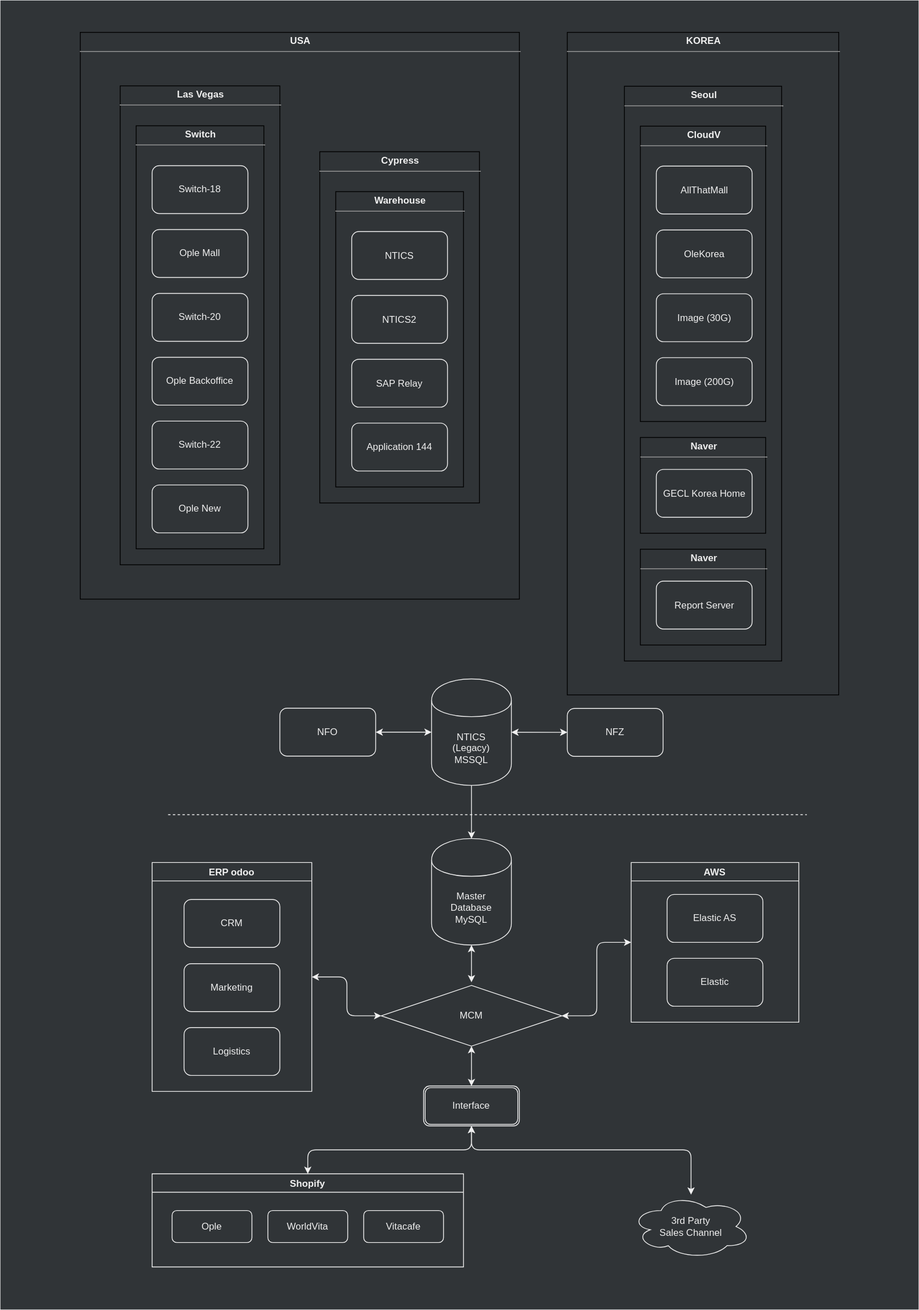
Earlier version of the draw.io export assets/.draw.io/network-structure-diagram.svg (jiholee-ntwglobal/jiholee-ntwglobal.github.io). Source tidied: cells renumbered, new cells last; positions are measured from the earlier drawing's top-left corner, leaving out a move shared by most shapes.
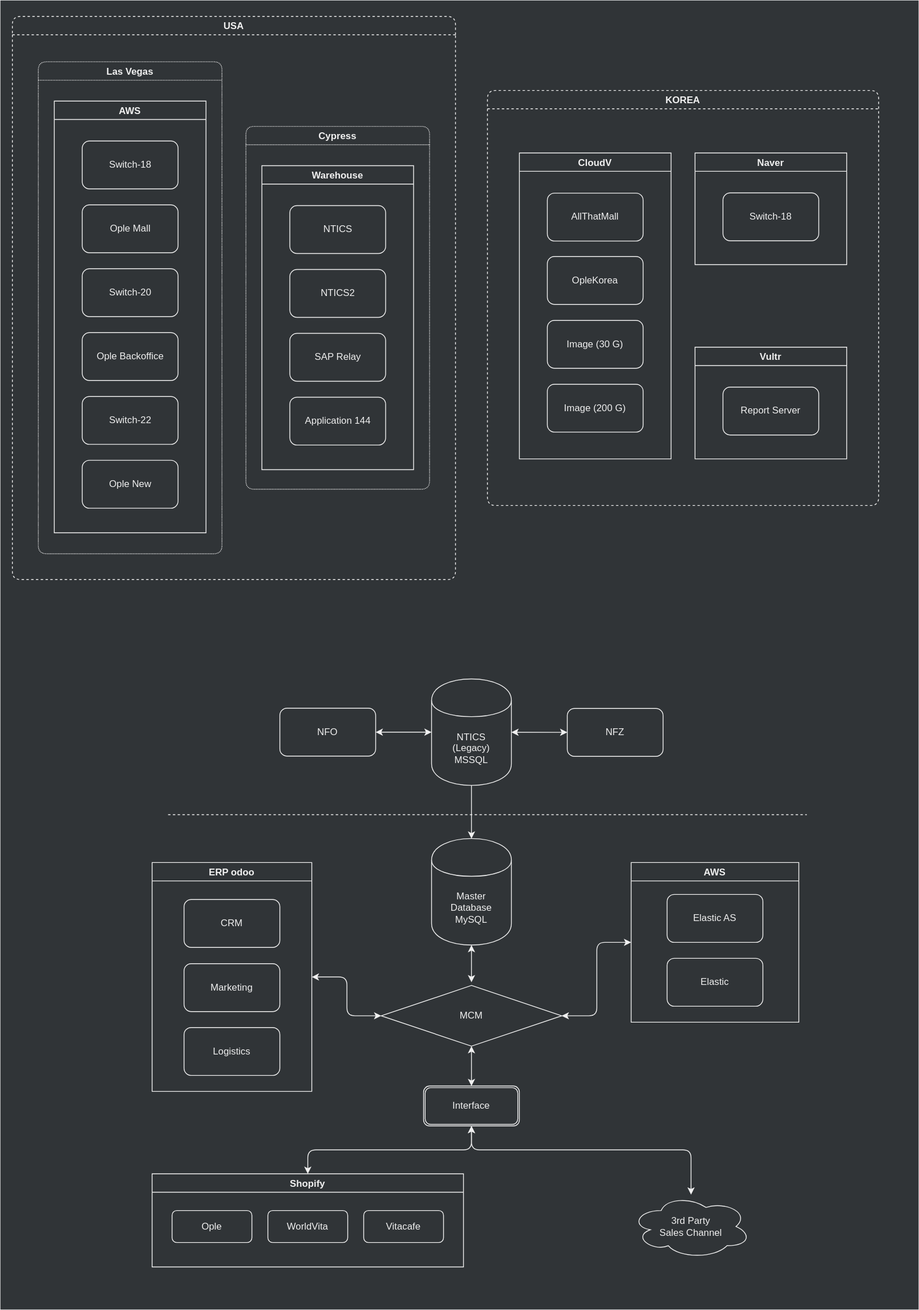
Later version of the same file.

Diff of the diagram source:
```diff
@@ -102,83 +102,80 @@
     <mxCell id="30" style="endArrow=classic;html=1;startArrow=classic;startFill=1;strokeColor=#F0F0F0;" parent="1" edge="1" source="25" target="8">
       <mxGeometry relative="1" as="geometry" />
     </mxCell>
-    <mxCell id="31" value="&lt;p style=&quot;margin: 0px ; margin-top: 4px ; text-align: center&quot;&gt;&lt;b&gt;USA&lt;/b&gt;&lt;/p&gt;&lt;hr size=&quot;1&quot;&gt;&lt;div style=&quot;height: 2px&quot;&gt;&lt;br&gt;&lt;/div&gt;" style="verticalAlign=top;align=left;overflow=fill;fontSize=12;fontFamily=Helvetica;html=1;fillColor=none;fontColor=#F0F0F0;" parent="1" vertex="1">
-      <mxGeometry x="100" y="40" width="550" height="710" as="geometry" />
+    <mxCell id="31" value="USA" style="swimlane;rounded=1;fillColor=none;strokeColor=#F0F0F0;fontColor=#F0F0F0;dashed=1;" parent="1" vertex="1">
+      <mxGeometry x="15" y="20" width="555" height="705.5" as="geometry" />
     </mxCell>
-    <mxCell id="32" value="&lt;p style=&quot;margin: 0px ; margin-top: 4px ; text-align: center&quot;&gt;&lt;b&gt;KOREA&lt;/b&gt;&lt;/p&gt;&lt;hr size=&quot;1&quot;&gt;&lt;div style=&quot;height: 2px&quot;&gt;&lt;br&gt;&lt;/div&gt;" style="verticalAlign=top;align=left;overflow=fill;fontSize=12;fontFamily=Helvetica;html=1;fillColor=none;fontColor=#F0F0F0;" parent="1" vertex="1">
-      <mxGeometry x="710" y="40" width="340" height="830" as="geometry" />
-    </mxCell>
-    <mxCell id="33" value="&lt;p style=&quot;margin: 0px ; margin-top: 4px ; text-align: center&quot;&gt;&lt;b&gt;Las Vegas&lt;/b&gt;&lt;/p&gt;&lt;hr size=&quot;1&quot;&gt;&lt;div style=&quot;height: 2px&quot;&gt;&lt;br&gt;&lt;/div&gt;" style="verticalAlign=top;align=left;overflow=fill;fontSize=12;fontFamily=Helvetica;html=1;fillColor=none;fontColor=#F0F0F0;" parent="1" vertex="1">
-      <mxGeometry x="150" y="107" width="200" height="600" as="geometry" />
+    <mxCell id="33" value="Las Vegas" style="swimlane;rounded=1;fillColor=none;strokeColor=#F0F0F0;fontColor=#F0F0F0;dashed=1;dashPattern=1 1;" parent="31" vertex="1">
+      <mxGeometry x="32.5" y="56.9" width="230" height="616.2" as="geometry" />
     </mxCell>
-    <mxCell id="34" value="&lt;p style=&quot;margin: 0px ; margin-top: 4px ; text-align: center&quot;&gt;&lt;b&gt;Switch&lt;/b&gt;&lt;/p&gt;&lt;hr size=&quot;1&quot;&gt;&lt;div style=&quot;height: 2px&quot;&gt;&lt;br&gt;&lt;/div&gt;" style="verticalAlign=top;align=left;overflow=fill;fontSize=12;fontFamily=Helvetica;html=1;fillColor=none;fontColor=#F0F0F0;" parent="1" vertex="1">
-      <mxGeometry x="170" y="157" width="160" height="530" as="geometry" />
-    </mxCell>
-    <mxCell id="35" value="Switch-18" style="rounded=1;whiteSpace=wrap;html=1;strokeColor=#F0F0F0;fillColor=none;fontColor=#F0F0F0;" parent="1" vertex="1">
-      <mxGeometry x="190" y="207" width="120" height="60" as="geometry" />
-    </mxCell>
+    <mxCell id="57" value="AWS" style="swimlane;rounded=0;fillColor=none;strokeColor=#F0F0F0;fontColor=#F0F0F0;" parent="33" vertex="1">
+      <mxGeometry x="20" y="49.2" width="190" height="540.8" as="geometry" />
+    </mxCell>
+    <mxCell id="58" value="Switch-18" style="rounded=1;whiteSpace=wrap;html=1;strokeColor=#F0F0F0;fillColor=none;fontColor=#F0F0F0;" parent="57" vertex="1">
+      <mxGeometry x="35" y="50" width="120" height="60" as="geometry" />
+    </mxCell>
-    <mxCell id="36" value="Ople Mall" style="rounded=1;whiteSpace=wrap;html=1;strokeColor=#F0F0F0;fillColor=none;fontColor=#F0F0F0;" parent="1" vertex="1">
-      <mxGeometry x="190" y="287" width="120" height="60" as="geometry" />
+    <mxCell id="36" value="Ople Mall" style="rounded=1;whiteSpace=wrap;html=1;strokeColor=#F0F0F0;fillColor=none;fontColor=#F0F0F0;" parent="57" vertex="1">
+      <mxGeometry x="35" y="130" width="120" height="60" as="geometry" />
     </mxCell>
-    <mxCell id="37" value="Switch-20" style="rounded=1;whiteSpace=wrap;html=1;strokeColor=#F0F0F0;fillColor=none;fontColor=#F0F0F0;" parent="1" vertex="1">
-      <mxGeometry x="190" y="367" width="120" height="60" as="geometry" />
+    <mxCell id="37" value="Switch-20" style="rounded=1;whiteSpace=wrap;html=1;strokeColor=#F0F0F0;fillColor=none;fontColor=#F0F0F0;" parent="57" vertex="1">
+      <mxGeometry x="35" y="210" width="120" height="60" as="geometry" />
     </mxCell>
-    <mxCell id="38" value="Ople Backoffice" style="rounded=1;whiteSpace=wrap;html=1;strokeColor=#F0F0F0;fillColor=none;fontColor=#F0F0F0;" parent="1" vertex="1">
-      <mxGeometry x="190" y="447" width="120" height="60" as="geometry" />
+    <mxCell id="38" value="Ople Backoffice" style="rounded=1;whiteSpace=wrap;html=1;strokeColor=#F0F0F0;fillColor=none;fontColor=#F0F0F0;" parent="57" vertex="1">
+      <mxGeometry x="35" y="290" width="120" height="60" as="geometry" />
     </mxCell>
-    <mxCell id="39" value="Switch-22" style="rounded=1;whiteSpace=wrap;html=1;strokeColor=#F0F0F0;fillColor=none;fontColor=#F0F0F0;" parent="1" vertex="1">
-      <mxGeometry x="190" y="527" width="120" height="60" as="geometry" />
+    <mxCell id="39" value="Switch-22" style="rounded=1;whiteSpace=wrap;html=1;strokeColor=#F0F0F0;fillColor=none;fontColor=#F0F0F0;" parent="57" vertex="1">
+      <mxGeometry x="35" y="370" width="120" height="60" as="geometry" />
     </mxCell>
-    <mxCell id="40" value="Ople New" style="rounded=1;whiteSpace=wrap;html=1;strokeColor=#F0F0F0;fillColor=none;fontColor=#F0F0F0;" parent="1" vertex="1">
-      <mxGeometry x="190" y="607" width="120" height="60" as="geometry" />
+    <mxCell id="40" value="Ople New" style="rounded=1;whiteSpace=wrap;html=1;strokeColor=#F0F0F0;fillColor=none;fontColor=#F0F0F0;" parent="57" vertex="1">
+      <mxGeometry x="35" y="450" width="120" height="60" as="geometry" />
     </mxCell>
-    <mxCell id="41" value="&lt;p style=&quot;margin: 0px ; margin-top: 4px ; text-align: center&quot;&gt;&lt;b&gt;Cypress&lt;/b&gt;&lt;/p&gt;&lt;hr size=&quot;1&quot;&gt;&lt;div style=&quot;height: 2px&quot;&gt;&lt;br&gt;&lt;/div&gt;" style="verticalAlign=top;align=left;overflow=fill;fontSize=12;fontFamily=Helvetica;html=1;fillColor=none;fontColor=#F0F0F0;" parent="1" vertex="1">
-      <mxGeometry x="400" y="189.5" width="200" height="440" as="geometry" />
+    <mxCell id="41" value="Cypress" style="swimlane;rounded=1;fillColor=none;strokeColor=#F0F0F0;fontColor=#F0F0F0;dashed=1;dashPattern=1 1;" parent="31" vertex="1">
+      <mxGeometry x="292.5" y="137.8" width="230" height="454.5" as="geometry" />
     </mxCell>
-    <mxCell id="42" value="&lt;p style=&quot;margin: 0px ; margin-top: 4px ; text-align: center&quot;&gt;&lt;b&gt;Warehouse&lt;/b&gt;&lt;/p&gt;&lt;hr size=&quot;1&quot;&gt;&lt;div style=&quot;height: 2px&quot;&gt;&lt;br&gt;&lt;/div&gt;" style="verticalAlign=top;align=left;overflow=fill;fontSize=12;fontFamily=Helvetica;html=1;fillColor=none;fontColor=#F0F0F0;" parent="1" vertex="1">
-      <mxGeometry x="420" y="239.5" width="160" height="370" as="geometry" />
+    <mxCell id="42" value="Warehouse" style="swimlane;rounded=0;fillColor=none;strokeColor=#F0F0F0;fontColor=#F0F0F0;" parent="41" vertex="1">
+      <mxGeometry x="20" y="49.2" width="190" height="380.8" as="geometry" />
     </mxCell>
-    <mxCell id="43" value="NTICS" style="rounded=1;whiteSpace=wrap;html=1;strokeColor=#F0F0F0;fillColor=none;fontColor=#F0F0F0;" parent="1" vertex="1">
-      <mxGeometry x="440" y="289.5" width="120" height="60" as="geometry" />
+    <mxCell id="43" value="NTICS" style="rounded=1;whiteSpace=wrap;html=1;strokeColor=#F0F0F0;fillColor=none;fontColor=#F0F0F0;" parent="42" vertex="1">
+      <mxGeometry x="35" y="50" width="120" height="60" as="geometry" />
     </mxCell>
-    <mxCell id="44" value="NTICS2" style="rounded=1;whiteSpace=wrap;html=1;strokeColor=#F0F0F0;fillColor=none;fontColor=#F0F0F0;" parent="1" vertex="1">
-      <mxGeometry x="440" y="369.5" width="120" height="60" as="geometry" />
+    <mxCell id="44" value="NTICS2" style="rounded=1;whiteSpace=wrap;html=1;strokeColor=#F0F0F0;fillColor=none;fontColor=#F0F0F0;" parent="42" vertex="1">
+      <mxGeometry x="35" y="130" width="120" height="60" as="geometry" />
     </mxCell>
-    <mxCell id="45" value="SAP Relay" style="rounded=1;whiteSpace=wrap;html=1;strokeColor=#F0F0F0;fillColor=none;fontColor=#F0F0F0;" parent="1" vertex="1">
-      <mxGeometry x="440" y="449.5" width="120" height="60" as="geometry" />
+    <mxCell id="45" value="SAP Relay" style="rounded=1;whiteSpace=wrap;html=1;strokeColor=#F0F0F0;fillColor=none;fontColor=#F0F0F0;" parent="42" vertex="1">
+      <mxGeometry x="35" y="210" width="120" height="60" as="geometry" />
     </mxCell>
-    <mxCell id="46" value="Application 144" style="rounded=1;whiteSpace=wrap;html=1;strokeColor=#F0F0F0;fillColor=none;fontColor=#F0F0F0;" parent="1" vertex="1">
-      <mxGeometry x="440" y="529.5" width="120" height="60" as="geometry" />
+    <mxCell id="46" value="Application 144" style="rounded=1;whiteSpace=wrap;html=1;strokeColor=#F0F0F0;fillColor=none;fontColor=#F0F0F0;" parent="42" vertex="1">
+      <mxGeometry x="35" y="290" width="120" height="60" as="geometry" />
     </mxCell>
-    <mxCell id="47" value="&lt;p style=&quot;margin: 0px ; margin-top: 4px ; text-align: center&quot;&gt;&lt;b&gt;Seoul&lt;/b&gt;&lt;/p&gt;&lt;hr size=&quot;1&quot;&gt;&lt;div style=&quot;height: 2px&quot;&gt;&lt;br&gt;&lt;/div&gt;" style="verticalAlign=top;align=left;overflow=fill;fontSize=12;fontFamily=Helvetica;html=1;fillColor=none;fontColor=#F0F0F0;" parent="1" vertex="1">
-      <mxGeometry x="781.5" y="107.5" width="197" height="720" as="geometry" />
-    </mxCell>
+    <mxCell id="32" value="KOREA" style="swimlane;rounded=1;fillColor=none;strokeColor=#F0F0F0;fontColor=#F0F0F0;dashed=1;" parent="1" vertex="1">
+      <mxGeometry x="610" y="112.8" width="490" height="520" as="geometry" />
+    </mxCell>
-    <mxCell id="48" value="&lt;p style=&quot;margin: 0px ; margin-top: 4px ; text-align: center&quot;&gt;&lt;b&gt;CloudV&lt;/b&gt;&lt;/p&gt;&lt;hr size=&quot;1&quot;&gt;&lt;div style=&quot;height: 2px&quot;&gt;&lt;br&gt;&lt;/div&gt;" style="verticalAlign=top;align=left;overflow=fill;fontSize=12;fontFamily=Helvetica;html=1;fillColor=none;fontColor=#F0F0F0;" parent="1" vertex="1">
-      <mxGeometry x="801.5" y="157.5" width="157" height="370" as="geometry" />
+    <mxCell id="48" value="CloudV" style="swimlane;rounded=0;fillColor=none;strokeColor=#F0F0F0;fontColor=#F0F0F0;" parent="32" vertex="1">
+      <mxGeometry x="40" y="78.3" width="190" height="383.2" as="geometry" />
     </mxCell>
-    <mxCell id="49" value="AllThatMall" style="rounded=1;whiteSpace=wrap;html=1;strokeColor=#F0F0F0;fillColor=none;fontColor=#F0F0F0;" parent="1" vertex="1">
-      <mxGeometry x="821.5" y="207.5" width="120" height="60" as="geometry" />
+    <mxCell id="49" value="AllThatMall" style="rounded=1;whiteSpace=wrap;html=1;strokeColor=#F0F0F0;fillColor=none;fontColor=#F0F0F0;" parent="48" vertex="1">
+      <mxGeometry x="35" y="50.3" width="120" height="60" as="geometry" />
     </mxCell>
-    <mxCell id="50" value="OleKorea" style="rounded=1;whiteSpace=wrap;html=1;strokeColor=#F0F0F0;fillColor=none;fontColor=#F0F0F0;" parent="1" vertex="1">
-      <mxGeometry x="821.5" y="287.5" width="120" height="60" as="geometry" />
-    </mxCell>
-    <mxCell id="51" value="Image (30G)" style="rounded=1;whiteSpace=wrap;html=1;strokeColor=#F0F0F0;fillColor=none;fontColor=#F0F0F0;" parent="1" vertex="1">
-      <mxGeometry x="821.5" y="367.5" width="120" height="60" as="geometry" />
-    </mxCell>
-    <mxCell id="52" value="Image (200G)" style="rounded=1;whiteSpace=wrap;html=1;strokeColor=#F0F0F0;fillColor=none;fontColor=#F0F0F0;" parent="1" vertex="1">
-      <mxGeometry x="821.5" y="447.5" width="120" height="60" as="geometry" />
-    </mxCell>
-    <mxCell id="53" value="&lt;p style=&quot;margin: 0px ; margin-top: 4px ; text-align: center&quot;&gt;&lt;b&gt;Naver&lt;/b&gt;&lt;/p&gt;&lt;hr size=&quot;1&quot;&gt;&lt;div style=&quot;height: 2px&quot;&gt;&lt;br&gt;&lt;/div&gt;" style="verticalAlign=top;align=left;overflow=fill;fontSize=12;fontFamily=Helvetica;html=1;fillColor=none;fontColor=#F0F0F0;" parent="1" vertex="1">
-      <mxGeometry x="801.5" y="547.5" width="157" height="120" as="geometry" />
-    </mxCell>
-    <mxCell id="54" value="GECL Korea Home" style="rounded=1;whiteSpace=wrap;html=1;strokeColor=#F0F0F0;fillColor=none;fontColor=#F0F0F0;" parent="1" vertex="1">
-      <mxGeometry x="821.5" y="587.5" width="120" height="60" as="geometry" />
-    </mxCell>
-    <mxCell id="55" value="&lt;p style=&quot;margin: 0px ; margin-top: 4px ; text-align: center&quot;&gt;&lt;b&gt;Naver&lt;/b&gt;&lt;/p&gt;&lt;hr size=&quot;1&quot;&gt;&lt;div style=&quot;height: 2px&quot;&gt;&lt;br&gt;&lt;/div&gt;" style="verticalAlign=top;align=left;overflow=fill;fontSize=12;fontFamily=Helvetica;html=1;fillColor=none;fontColor=#F0F0F0;" parent="1" vertex="1">
-      <mxGeometry x="801.5" y="687.5" width="157" height="120" as="geometry" />
-    </mxCell>
+    <mxCell id="59" value="OpleKorea" style="rounded=1;whiteSpace=wrap;html=1;strokeColor=#F0F0F0;fillColor=none;fontColor=#F0F0F0;" parent="48" vertex="1">
+      <mxGeometry x="35" y="129.7" width="120" height="60" as="geometry" />
+    </mxCell>
+    <mxCell id="60" value="Image (30 G)" style="rounded=1;whiteSpace=wrap;html=1;strokeColor=#F0F0F0;fillColor=none;fontColor=#F0F0F0;" parent="48" vertex="1">
+      <mxGeometry x="35" y="209.7" width="120" height="60" as="geometry" />
+    </mxCell>
+    <mxCell id="61" value="Image (200 G)" style="rounded=1;whiteSpace=wrap;html=1;strokeColor=#F0F0F0;fillColor=none;fontColor=#F0F0F0;" parent="48" vertex="1">
+      <mxGeometry x="35" y="289.7" width="120" height="60" as="geometry" />
+    </mxCell>
+    <mxCell id="62" value="Naver" style="swimlane;rounded=0;fillColor=none;strokeColor=#F0F0F0;fontColor=#F0F0F0;" parent="32" vertex="1">
+      <mxGeometry x="260" y="78.3" width="190" height="139.9" as="geometry" />
+    </mxCell>
+    <mxCell id="63" value="Switch-18" style="rounded=1;whiteSpace=wrap;html=1;strokeColor=#F0F0F0;fillColor=none;fontColor=#F0F0F0;" parent="62" vertex="1">
+      <mxGeometry x="35" y="50" width="120" height="60" as="geometry" />
+    </mxCell>
+    <mxCell id="64" value="Vultr" style="swimlane;rounded=0;fillColor=none;strokeColor=#F0F0F0;fontColor=#F0F0F0;" parent="32" vertex="1">
+      <mxGeometry x="260" y="321.7" width="190" height="139.9" as="geometry" />
+    </mxCell>
-    <mxCell id="56" value="Report Server" style="rounded=1;whiteSpace=wrap;html=1;strokeColor=#F0F0F0;fillColor=none;fontColor=#F0F0F0;" parent="1" vertex="1">
-      <mxGeometry x="821.5" y="727.5" width="120" height="60" as="geometry" />
+    <mxCell id="56" value="Report Server" style="rounded=1;whiteSpace=wrap;html=1;strokeColor=#F0F0F0;fillColor=none;fontColor=#F0F0F0;" parent="64" vertex="1">
+      <mxGeometry x="35" y="50" width="120" height="60" as="geometry" />
     </mxCell>
   </root>
 </mxGraphModel>
```
